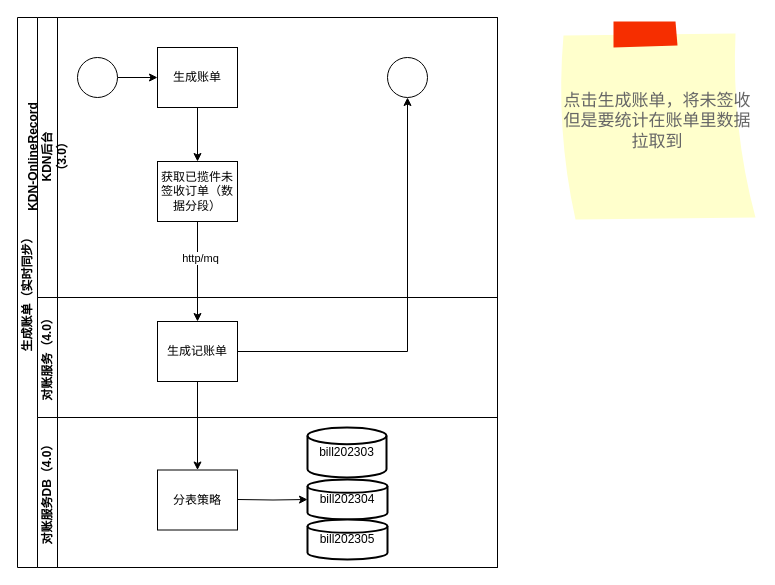
This is page "全量同步" (2 of 3) of 渠道对账.drawio from unclequentin/diagrams, a draw.io file, before an edit. Source tidied: cells renumbered, new cells numbered last; positions are measured from the earlier drawing's top-left corner, leaving out a move shared by most shapes. Both pictures are drawn from the tidied source at 100%, with x=0, y=0 at pixel (17, 17).
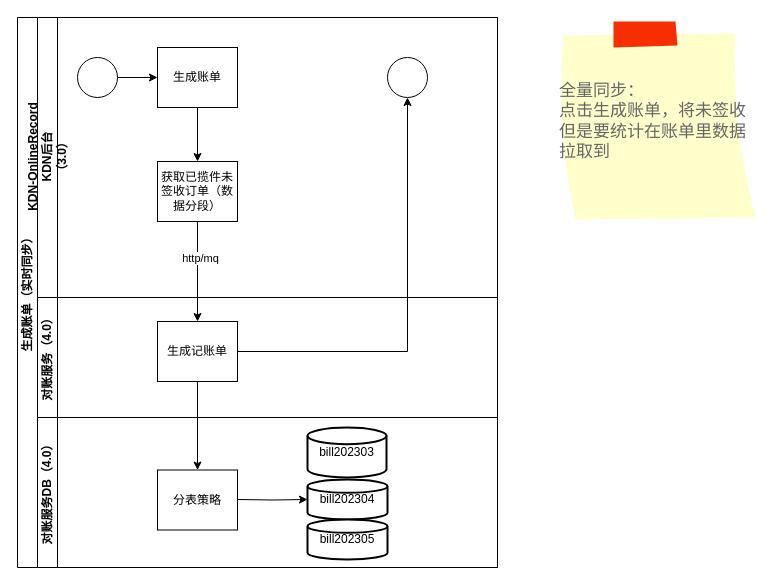
The same diagram, later.

What changed in the source:
```diff
@@
-    <mxCell id="22" value="点击生成账单，将未签收但是要统计在账单里数据拉取到" style="strokeWidth=1;shadow=0;dashed=0;align=center;html=1;shape=mxgraph.mockup.text.stickyNote2;fontColor=#666666;mainText=;fontSize=17;whiteSpace=wrap;fillColor=#ffffcc;strokeColor=#F62E00;" parent="1" vertex="1">
+    <mxCell id="22" value="全量同步：&lt;br&gt;点击生成账单，将未签收但是要统计在账单里数据拉取到" style="strokeWidth=1;shadow=0;dashed=0;align=left;html=1;shape=mxgraph.mockup.text.stickyNote2;fontColor=#666666;mainText=;fontSize=17;whiteSpace=wrap;fillColor=#ffffcc;strokeColor=#F62E00;" parent="1" vertex="1">
       <mxGeometry x="540" y="4" width="200" height="200" as="geometry" />
     </mxCell>
```
